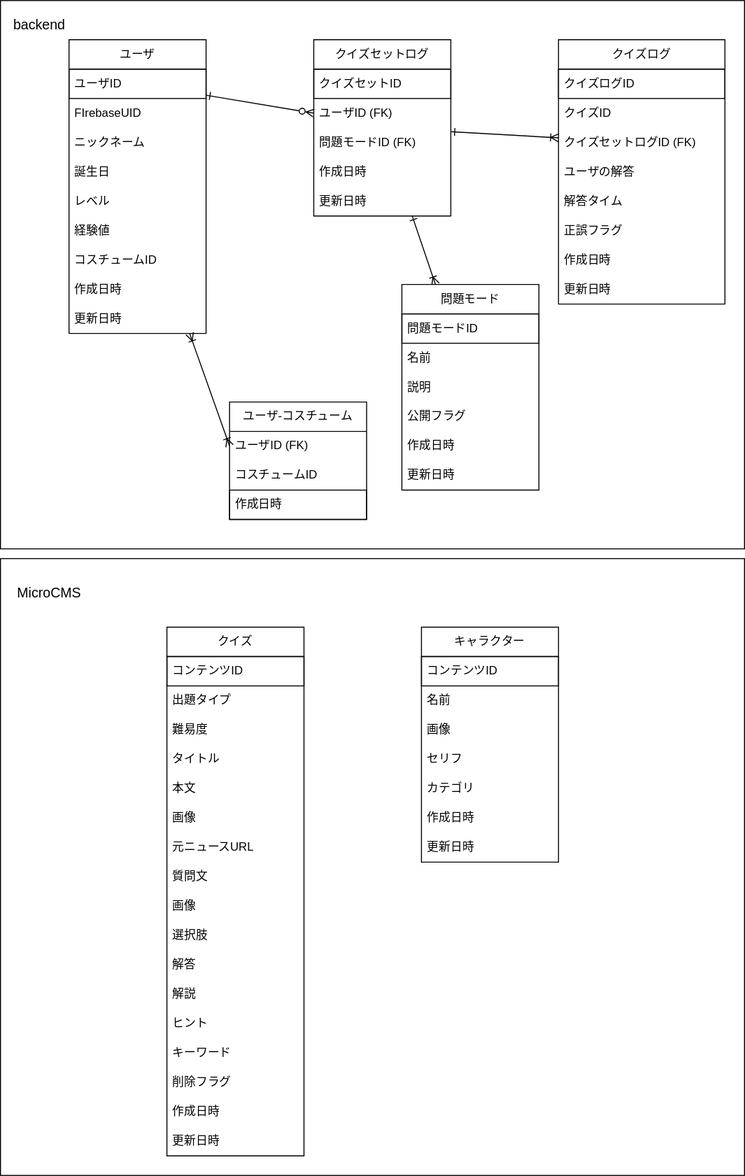
Earlier version of the draw.io export docs/db.drawio.svg (kouxi08/Hontokun-backend). Source tidied: cells renumbered, new cells last; positions are measured from the earlier drawing's top-left corner, leaving out a move shared by most shapes.
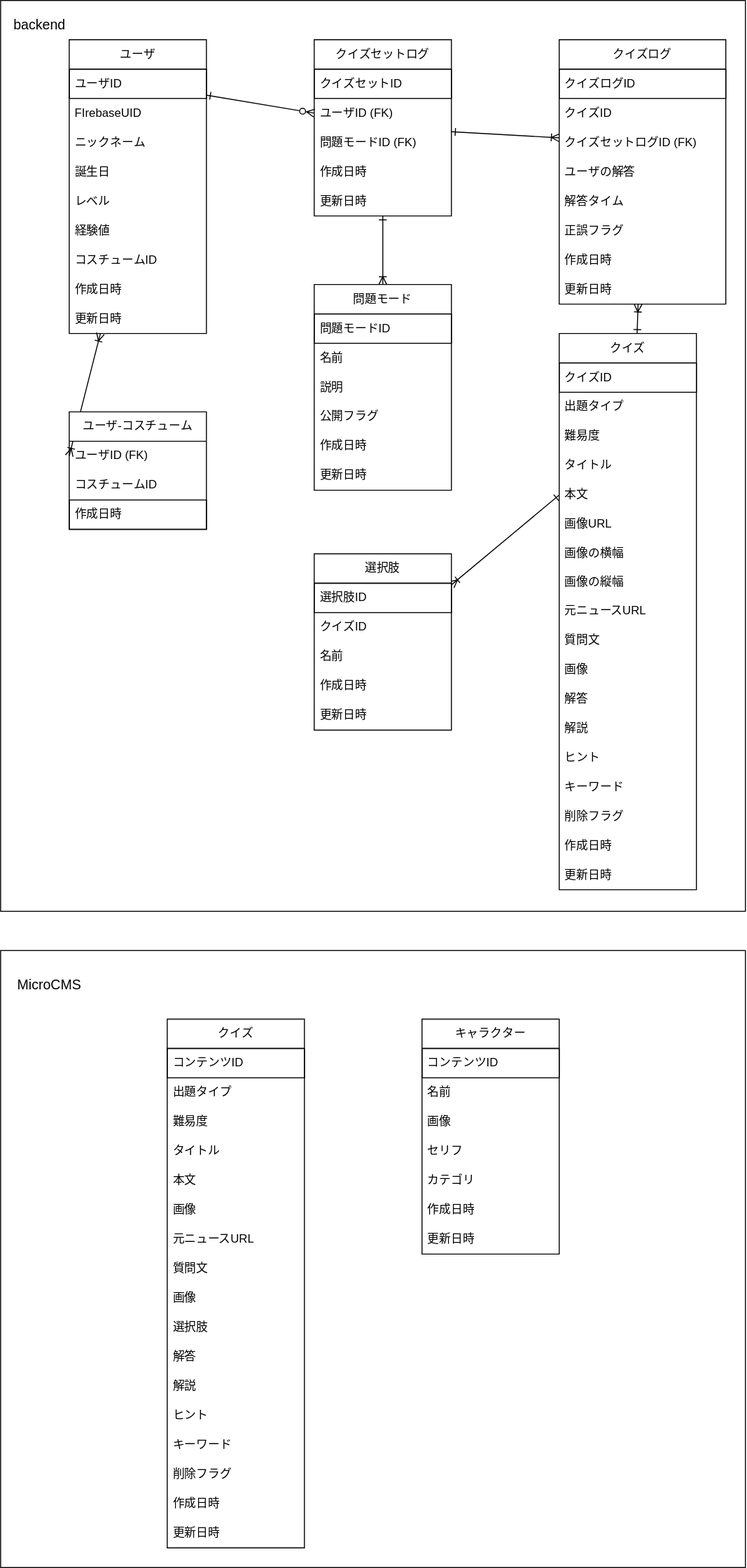
Above is the later version.

Commit message:
[change] refs 50 クイズテーブル追加（ドキュメント修正）

Diff of the diagram source:
```diff
@@ -3,10 +3,10 @@
     <mxCell id="0" />
     <mxCell id="1" parent="0" />
     <mxCell id="2" style="rounded=0;whiteSpace=wrap;html=1;" parent="1" vertex="1">
-      <mxGeometry y="570" width="760" height="630" as="geometry" />
+      <mxGeometry y="970" width="760" height="630" as="geometry" />
     </mxCell>
     <mxCell id="3" style="rounded=0;whiteSpace=wrap;html=1;fontStyle=1;" parent="1" vertex="1">
-      <mxGeometry width="760" height="560" as="geometry" />
+      <mxGeometry width="760" height="930" as="geometry" />
     </mxCell>
     <mxCell id="4" style="edgeStyle=none;html=1;entryX=0;entryY=0.5;entryDx=0;entryDy=0;startArrow=ERoneToMany;startFill=0;endArrow=ERoneToMany;endFill=0;" parent="1" edge="1" source="5" target="33">
       <mxGeometry relative="1" as="geometry" />
@@ -67,6 +67,9 @@
     <mxCell id="22" value="更新日時" style="text;strokeColor=none;fillColor=none;align=left;verticalAlign=middle;spacingLeft=4;spacingRight=4;overflow=hidden;whiteSpace=wrap;html=1;" parent="17" vertex="1">
       <mxGeometry y="150" width="140" height="30" as="geometry" />
     </mxCell>
+    <mxCell id="72" style="edgeStyle=none;html=1;startArrow=ERoneToMany;startFill=0;endArrow=ERone;endFill=0;" parent="1" edge="1" source="23" target="73">
+      <mxGeometry relative="1" as="geometry" />
+    </mxCell>
     <mxCell id="23" value="クイズログ" style="swimlane;fontStyle=0;horizontal=1;startSize=30;whiteSpace=wrap;html=1;" parent="1" vertex="1">
       <mxGeometry x="570" y="40" width="170" height="270" as="geometry" />
     </mxCell>
@@ -95,7 +98,7 @@
       <mxGeometry y="240" width="170" height="30" as="geometry" />
     </mxCell>
     <mxCell id="32" value="ユーザ-コスチューム" style="swimlane;fontStyle=0;horizontal=1;startSize=30;whiteSpace=wrap;html=1;" parent="1" vertex="1">
-      <mxGeometry x="234" y="410" width="140" height="120" as="geometry" />
+      <mxGeometry x="70" y="420" width="140" height="120" as="geometry" />
     </mxCell>
     <mxCell id="33" value="ユーザID (FK)" style="text;strokeColor=none;fillColor=none;align=left;verticalAlign=middle;spacingLeft=4;spacingRight=4;overflow=hidden;points=[[0,0.5],[1,0.5]];portConstraint=eastwest;whiteSpace=wrap;html=1;" parent="32" vertex="1">
       <mxGeometry y="30" width="140" height="30" as="geometry" />
@@ -107,7 +110,7 @@
       <mxGeometry y="90" width="140" height="30" as="geometry" />
     </mxCell>
     <mxCell id="36" value="クイズ" style="swimlane;fontStyle=0;horizontal=1;startSize=30;whiteSpace=wrap;html=1;" parent="1" vertex="1">
-      <mxGeometry x="170" y="640" width="140" height="540" as="geometry" />
+      <mxGeometry x="170" y="1040" width="140" height="540" as="geometry" />
     </mxCell>
     <mxCell id="37" value="コンテンツID" style="text;strokeColor=default;fillColor=none;align=left;verticalAlign=middle;spacingLeft=4;spacingRight=4;overflow=hidden;whiteSpace=wrap;html=1;" parent="36" vertex="1">
       <mxGeometry y="30" width="140" height="30" as="geometry" />
@@ -161,7 +164,7 @@
       <mxGeometry y="510" width="140" height="30" as="geometry" />
     </mxCell>
     <mxCell id="54" value="キャラクター" style="swimlane;fontStyle=0;horizontal=1;startSize=30;whiteSpace=wrap;html=1;" parent="1" vertex="1">
-      <mxGeometry x="430" y="640" width="140" height="240" as="geometry" />
+      <mxGeometry x="430" y="1040" width="140" height="240" as="geometry" />
     </mxCell>
     <mxCell id="55" value="コンテンツID" style="text;strokeColor=default;fillColor=none;align=left;verticalAlign=middle;spacingLeft=4;spacingRight=4;overflow=hidden;whiteSpace=wrap;html=1;" parent="54" vertex="1">
       <mxGeometry y="30" width="140" height="30" as="geometry" />
@@ -185,7 +188,7 @@
       <mxGeometry y="210" width="140" height="30" as="geometry" />
     </mxCell>
     <mxCell id="62" value="&lt;font style=&quot;font-size: 14px;&quot;&gt;MicroCMS&lt;/font&gt;" style="text;html=1;strokeColor=none;fillColor=none;align=center;verticalAlign=middle;whiteSpace=wrap;rounded=0;" parent="1" vertex="1">
-      <mxGeometry x="20" y="590" width="60" height="30" as="geometry" />
+      <mxGeometry x="20" y="990" width="60" height="30" as="geometry" />
     </mxCell>
     <mxCell id="63" value="&lt;font style=&quot;font-size: 14px;&quot;&gt;backend&lt;/font&gt;" style="text;html=1;strokeColor=none;fillColor=none;align=center;verticalAlign=middle;whiteSpace=wrap;rounded=0;" parent="1" vertex="1">
       <mxGeometry x="10" y="10" width="60" height="30" as="geometry" />
@@ -194,7 +197,7 @@
       <mxGeometry relative="1" as="geometry" />
     </mxCell>
     <mxCell id="65" value="問題モード" style="swimlane;fontStyle=0;horizontal=1;startSize=30;whiteSpace=wrap;html=1;" parent="1" vertex="1">
-      <mxGeometry x="410" y="290" width="140" height="210" as="geometry" />
+      <mxGeometry x="320" y="290" width="140" height="210" as="geometry" />
     </mxCell>
     <mxCell id="66" value="問題モードID" style="text;strokeColor=default;fillColor=none;align=left;verticalAlign=middle;spacingLeft=4;spacingRight=4;overflow=hidden;whiteSpace=wrap;html=1;" parent="65" vertex="1">
       <mxGeometry y="30" width="140" height="30" as="geometry" />
@@ -214,5 +217,83 @@
     <mxCell id="71" value="更新日時" style="text;strokeColor=none;fillColor=none;align=left;verticalAlign=middle;spacingLeft=4;spacingRight=4;overflow=hidden;whiteSpace=wrap;html=1;" parent="65" vertex="1">
       <mxGeometry y="180" width="140" height="30" as="geometry" />
     </mxCell>
+    <mxCell id="73" value="クイズ" style="swimlane;fontStyle=0;horizontal=1;startSize=30;whiteSpace=wrap;html=1;" parent="1" vertex="1">
+      <mxGeometry x="570" y="340" width="140" height="568" as="geometry" />
+    </mxCell>
+    <mxCell id="74" value="クイズID" style="text;strokeColor=default;fillColor=none;align=left;verticalAlign=middle;spacingLeft=4;spacingRight=4;overflow=hidden;whiteSpace=wrap;html=1;" parent="73" vertex="1">
+      <mxGeometry y="30" width="140" height="30" as="geometry" />
+    </mxCell>
+    <mxCell id="75" value="出題タイプ" style="text;strokeColor=none;fillColor=none;align=left;verticalAlign=middle;spacingLeft=4;spacingRight=4;overflow=hidden;whiteSpace=wrap;html=1;" parent="73" vertex="1">
+      <mxGeometry y="60" width="140" height="30" as="geometry" />
+    </mxCell>
+    <mxCell id="76" value="難易度" style="text;strokeColor=none;fillColor=none;align=left;verticalAlign=middle;spacingLeft=4;spacingRight=4;overflow=hidden;whiteSpace=wrap;html=1;" parent="73" vertex="1">
+      <mxGeometry y="90" width="140" height="30" as="geometry" />
+    </mxCell>
+    <mxCell id="77" value="タイトル" style="text;strokeColor=none;fillColor=none;align=left;verticalAlign=middle;spacingLeft=4;spacingRight=4;overflow=hidden;whiteSpace=wrap;html=1;" parent="73" vertex="1">
+      <mxGeometry y="120" width="140" height="30" as="geometry" />
+    </mxCell>
+    <mxCell id="78" value="本文" style="text;strokeColor=none;fillColor=none;align=left;verticalAlign=middle;spacingLeft=4;spacingRight=4;overflow=hidden;points=[[0,0.5],[1,0.5]];portConstraint=eastwest;whiteSpace=wrap;html=1;" parent="73" vertex="1">
+      <mxGeometry y="150" width="140" height="30" as="geometry" />
+    </mxCell>
+    <mxCell id="79" value="画像URL" style="text;strokeColor=none;fillColor=none;align=left;verticalAlign=middle;spacingLeft=4;spacingRight=4;overflow=hidden;whiteSpace=wrap;html=1;" parent="73" vertex="1">
+      <mxGeometry y="180" width="140" height="30" as="geometry" />
+    </mxCell>
+    <mxCell id="80" value="画像の横幅" style="text;strokeColor=none;fillColor=none;align=left;verticalAlign=middle;spacingLeft=4;spacingRight=4;overflow=hidden;whiteSpace=wrap;html=1;" parent="73" vertex="1">
+      <mxGeometry y="210" width="140" height="29" as="geometry" />
+    </mxCell>
+    <mxCell id="81" value="画像の縦幅" style="text;strokeColor=none;fillColor=none;align=left;verticalAlign=middle;spacingLeft=4;spacingRight=4;overflow=hidden;whiteSpace=wrap;html=1;" parent="73" vertex="1">
+      <mxGeometry y="239" width="140" height="29" as="geometry" />
+    </mxCell>
+    <mxCell id="82" value="元ニュースURL" style="text;strokeColor=none;fillColor=none;align=left;verticalAlign=middle;spacingLeft=4;spacingRight=4;overflow=hidden;whiteSpace=wrap;html=1;" parent="73" vertex="1">
+      <mxGeometry y="268" width="140" height="30" as="geometry" />
+    </mxCell>
+    <mxCell id="83" value="質問文" style="text;strokeColor=none;fillColor=none;align=left;verticalAlign=middle;spacingLeft=4;spacingRight=4;overflow=hidden;whiteSpace=wrap;html=1;" parent="73" vertex="1">
+      <mxGeometry y="298" width="140" height="30" as="geometry" />
+    </mxCell>
+    <mxCell id="84" value="画像" style="text;strokeColor=none;fillColor=none;align=left;verticalAlign=middle;spacingLeft=4;spacingRight=4;overflow=hidden;whiteSpace=wrap;html=1;" parent="73" vertex="1">
+      <mxGeometry y="328" width="140" height="30" as="geometry" />
+    </mxCell>
+    <mxCell id="85" value="解答" style="text;strokeColor=none;fillColor=none;align=left;verticalAlign=middle;spacingLeft=4;spacingRight=4;overflow=hidden;whiteSpace=wrap;html=1;" parent="73" vertex="1">
+      <mxGeometry y="358" width="140" height="30" as="geometry" />
+    </mxCell>
+    <mxCell id="86" value="解説" style="text;strokeColor=none;fillColor=none;align=left;verticalAlign=middle;spacingLeft=4;spacingRight=4;overflow=hidden;whiteSpace=wrap;html=1;" parent="73" vertex="1">
+      <mxGeometry y="388" width="140" height="30" as="geometry" />
+    </mxCell>
+    <mxCell id="87" value="ヒント" style="text;strokeColor=none;fillColor=none;align=left;verticalAlign=middle;spacingLeft=4;spacingRight=4;overflow=hidden;whiteSpace=wrap;html=1;" parent="73" vertex="1">
+      <mxGeometry y="418" width="140" height="30" as="geometry" />
+    </mxCell>
+    <mxCell id="88" value="キーワード" style="text;strokeColor=none;fillColor=none;align=left;verticalAlign=middle;spacingLeft=4;spacingRight=4;overflow=hidden;whiteSpace=wrap;html=1;" parent="73" vertex="1">
+      <mxGeometry y="448" width="140" height="30" as="geometry" />
+    </mxCell>
+    <mxCell id="89" value="削除フラグ" style="text;strokeColor=none;fillColor=none;align=left;verticalAlign=middle;spacingLeft=4;spacingRight=4;overflow=hidden;whiteSpace=wrap;html=1;" parent="73" vertex="1">
+      <mxGeometry y="478" width="140" height="30" as="geometry" />
+    </mxCell>
+    <mxCell id="90" value="作成日時" style="text;strokeColor=none;fillColor=none;align=left;verticalAlign=middle;spacingLeft=4;spacingRight=4;overflow=hidden;whiteSpace=wrap;html=1;" parent="73" vertex="1">
+      <mxGeometry y="508" width="140" height="30" as="geometry" />
+    </mxCell>
+    <mxCell id="91" value="更新日時" style="text;strokeColor=none;fillColor=none;align=left;verticalAlign=middle;spacingLeft=4;spacingRight=4;overflow=hidden;whiteSpace=wrap;html=1;" parent="73" vertex="1">
+      <mxGeometry y="538" width="140" height="30" as="geometry" />
+    </mxCell>
+    <mxCell id="92" style="edgeStyle=none;html=1;entryX=0;entryY=0.5;entryDx=0;entryDy=0;startArrow=ERoneToMany;startFill=0;endArrow=ERone;endFill=0;" parent="1" edge="1" source="93" target="78">
+      <mxGeometry relative="1" as="geometry" />
+    </mxCell>
+    <mxCell id="93" value="選択肢" style="swimlane;fontStyle=0;horizontal=1;startSize=30;whiteSpace=wrap;html=1;" parent="1" vertex="1">
+      <mxGeometry x="320" y="565" width="140" height="180" as="geometry" />
+    </mxCell>
+    <mxCell id="94" value="選択肢ID" style="text;strokeColor=default;fillColor=none;align=left;verticalAlign=middle;spacingLeft=4;spacingRight=4;overflow=hidden;whiteSpace=wrap;html=1;" parent="93" vertex="1">
+      <mxGeometry y="30" width="140" height="30" as="geometry" />
+    </mxCell>
+    <mxCell id="95" value="クイズID" style="text;strokeColor=none;fillColor=none;align=left;verticalAlign=middle;spacingLeft=4;spacingRight=4;overflow=hidden;whiteSpace=wrap;html=1;" parent="93" vertex="1">
+      <mxGeometry y="60" width="140" height="30" as="geometry" />
+    </mxCell>
+    <mxCell id="96" value="名前" style="text;strokeColor=none;fillColor=none;align=left;verticalAlign=middle;spacingLeft=4;spacingRight=4;overflow=hidden;whiteSpace=wrap;html=1;" parent="93" vertex="1">
+      <mxGeometry y="90" width="140" height="30" as="geometry" />
+    </mxCell>
+    <mxCell id="97" value="作成日時" style="text;strokeColor=none;fillColor=none;align=left;verticalAlign=middle;spacingLeft=4;spacingRight=4;overflow=hidden;whiteSpace=wrap;html=1;" parent="93" vertex="1">
+      <mxGeometry y="120" width="140" height="30" as="geometry" />
+    </mxCell>
+    <mxCell id="98" value="更新日時" style="text;strokeColor=none;fillColor=none;align=left;verticalAlign=middle;spacingLeft=4;spacingRight=4;overflow=hidden;whiteSpace=wrap;html=1;" parent="93" vertex="1">
+      <mxGeometry y="150" width="140" height="30" as="geometry" />
+    </mxCell>
   </root>
 </mxGraphModel>
```
